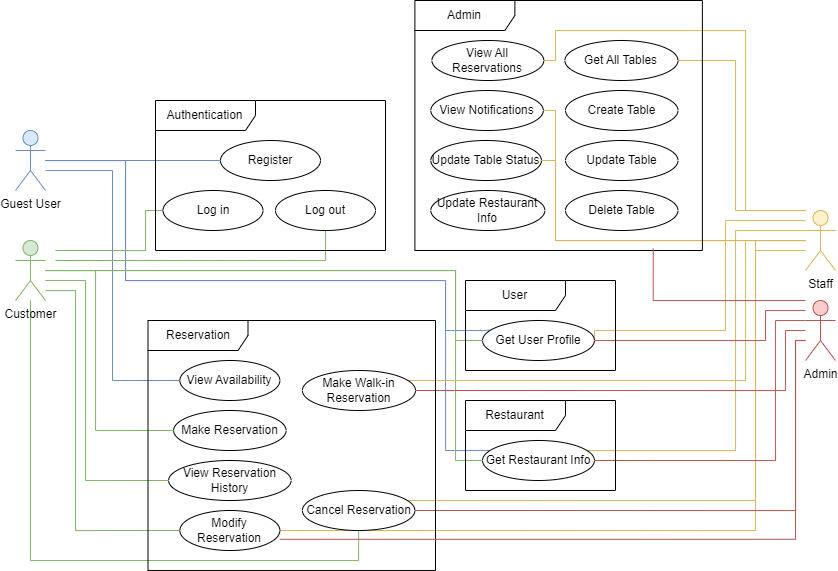
This is documentation/Use Case.png from isandwish/sw-testing-project, a draw.io export, as it was before one commit. Source tidied: cells renumbered, new cells last; positions are measured from the earlier drawing's top-left corner, leaving out a move shared by most shapes. Source of this version:
```xml
<mxGraphModel>
  <root>
    <mxCell id="0" />
    <mxCell id="1" parent="0" />
    <mxCell id="2" style="edgeStyle=orthogonalEdgeStyle;rounded=0;jettySize=auto;html=1;entryX=0;entryY=0.5;entryDx=0;entryDy=0;endArrow=none;endFill=0;fillColor=#dae8fc;strokeColor=#6c8ebf;" parent="1" edge="1" source="6" target="31">
      <mxGeometry relative="1" as="geometry" />
    </mxCell>
    <mxCell id="3" style="edgeStyle=orthogonalEdgeStyle;rounded=0;jettySize=auto;html=1;entryX=0;entryY=0.5;entryDx=0;entryDy=0;fillColor=#dae8fc;strokeColor=#6c8ebf;endArrow=none;endFill=0;" parent="1" edge="1" source="6" target="36">
      <mxGeometry relative="1" as="geometry">
        <Array as="points">
          <mxPoint x="97" y="170" />
          <mxPoint x="97" y="380" />
        </Array>
      </mxGeometry>
    </mxCell>
    <mxCell id="4" style="edgeStyle=orthogonalEdgeStyle;rounded=0;jettySize=auto;html=1;entryX=0.093;entryY=0.236;entryDx=0;entryDy=0;fillColor=#dae8fc;strokeColor=#6c8ebf;endArrow=none;endFill=0;entryPerimeter=0;" parent="1" edge="1" source="6" target="52">
      <mxGeometry relative="1" as="geometry">
        <Array as="points">
          <mxPoint x="110" y="160" />
          <mxPoint x="110" y="280" />
          <mxPoint x="430" y="280" />
          <mxPoint x="430" y="330" />
          <mxPoint x="467" y="330" />
        </Array>
      </mxGeometry>
    </mxCell>
    <mxCell id="5" style="edgeStyle=orthogonalEdgeStyle;rounded=0;jettySize=auto;html=1;entryX=0.107;entryY=0.25;entryDx=0;entryDy=0;fillColor=#dae8fc;strokeColor=#6c8ebf;endArrow=none;endFill=0;entryPerimeter=0;" parent="1" edge="1" source="6" target="54">
      <mxGeometry relative="1" as="geometry">
        <Array as="points">
          <mxPoint x="110" y="160" />
          <mxPoint x="110" y="280" />
          <mxPoint x="430" y="280" />
          <mxPoint x="430" y="450" />
        </Array>
      </mxGeometry>
    </mxCell>
    <mxCell id="6" value="Guest User" style="shape=umlActor;verticalLabelPosition=bottom;verticalAlign=top;html=1;outlineConnect=0;fillColor=#dae8fc;strokeColor=#6c8ebf;" parent="1" vertex="1">
      <mxGeometry y="130" width="30" height="60" as="geometry" />
    </mxCell>
    <mxCell id="7" style="edgeStyle=orthogonalEdgeStyle;rounded=0;jettySize=auto;html=1;entryX=0;entryY=0.5;entryDx=0;entryDy=0;endArrow=none;endFill=0;fillColor=#d5e8d4;strokeColor=#82b366;" parent="1" edge="1" target="33">
      <mxGeometry relative="1" as="geometry">
        <mxPoint x="40" y="250" as="sourcePoint" />
        <Array as="points">
          <mxPoint x="130" y="250" />
          <mxPoint x="130" y="210" />
        </Array>
      </mxGeometry>
    </mxCell>
    <mxCell id="8" style="edgeStyle=orthogonalEdgeStyle;rounded=0;jettySize=auto;html=1;entryX=0.5;entryY=1;entryDx=0;entryDy=0;endArrow=none;endFill=0;fillColor=#d5e8d4;strokeColor=#82b366;" parent="1" edge="1" target="34">
      <mxGeometry relative="1" as="geometry">
        <mxPoint x="40" y="260" as="sourcePoint" />
        <Array as="points">
          <mxPoint x="310" y="260" />
        </Array>
      </mxGeometry>
    </mxCell>
    <mxCell id="9" style="edgeStyle=orthogonalEdgeStyle;rounded=0;jettySize=auto;html=1;entryX=0;entryY=0.5;entryDx=0;entryDy=0;fillColor=#d5e8d4;strokeColor=#82b366;endArrow=none;endFill=0;" parent="1" edge="1" source="15" target="37">
      <mxGeometry relative="1" as="geometry">
        <Array as="points">
          <mxPoint x="80" y="270" />
          <mxPoint x="80" y="430" />
        </Array>
      </mxGeometry>
    </mxCell>
    <mxCell id="10" style="edgeStyle=orthogonalEdgeStyle;rounded=0;jettySize=auto;html=1;entryX=0;entryY=0.5;entryDx=0;entryDy=0;fillColor=#d5e8d4;strokeColor=#82b366;endArrow=none;endFill=0;" parent="1" edge="1" source="15" target="41">
      <mxGeometry relative="1" as="geometry">
        <Array as="points">
          <mxPoint x="70" y="280" />
          <mxPoint x="70" y="480" />
        </Array>
      </mxGeometry>
    </mxCell>
    <mxCell id="11" style="edgeStyle=orthogonalEdgeStyle;rounded=0;jettySize=auto;html=1;entryX=0;entryY=0.5;entryDx=0;entryDy=0;fillColor=#d5e8d4;strokeColor=#82b366;endArrow=none;endFill=0;" parent="1" edge="1" source="15" target="38">
      <mxGeometry relative="1" as="geometry">
        <Array as="points">
          <mxPoint x="60" y="290" />
          <mxPoint x="60" y="530" />
        </Array>
      </mxGeometry>
    </mxCell>
    <mxCell id="12" style="edgeStyle=orthogonalEdgeStyle;rounded=0;jettySize=auto;html=1;entryX=0.5;entryY=1;entryDx=0;entryDy=0;fillColor=#d5e8d4;strokeColor=#82b366;endArrow=none;endFill=0;" parent="1" edge="1" source="15" target="39">
      <mxGeometry relative="1" as="geometry">
        <Array as="points">
          <mxPoint x="15" y="560" />
          <mxPoint x="343" y="560" />
        </Array>
      </mxGeometry>
    </mxCell>
    <mxCell id="13" style="edgeStyle=orthogonalEdgeStyle;rounded=0;jettySize=auto;html=1;entryX=0;entryY=0.5;entryDx=0;entryDy=0;fillColor=#d5e8d4;strokeColor=#82b366;endArrow=none;endFill=0;" parent="1" edge="1" source="15" target="52">
      <mxGeometry relative="1" as="geometry">
        <Array as="points">
          <mxPoint x="440" y="270" />
          <mxPoint x="440" y="340" />
        </Array>
      </mxGeometry>
    </mxCell>
    <mxCell id="14" style="edgeStyle=orthogonalEdgeStyle;rounded=0;jettySize=auto;html=1;entryX=0;entryY=0.5;entryDx=0;entryDy=0;fillColor=#d5e8d4;strokeColor=#82b366;endArrow=none;endFill=0;" parent="1" edge="1" source="15" target="54">
      <mxGeometry relative="1" as="geometry">
        <Array as="points">
          <mxPoint x="440" y="270" />
          <mxPoint x="440" y="460" />
        </Array>
      </mxGeometry>
    </mxCell>
    <mxCell id="15" value="Customer" style="shape=umlActor;verticalLabelPosition=bottom;verticalAlign=top;html=1;outlineConnect=0;fillColor=#d5e8d4;strokeColor=#82b366;" parent="1" vertex="1">
      <mxGeometry y="240" width="30" height="60" as="geometry" />
    </mxCell>
    <mxCell id="16" style="edgeStyle=orthogonalEdgeStyle;rounded=0;jettySize=auto;html=1;entryX=1;entryY=0.5;entryDx=0;entryDy=0;endArrow=none;endFill=0;fillColor=#fff2cc;strokeColor=#d6b656;" parent="1" edge="1" source="25" target="40">
      <mxGeometry relative="1" as="geometry">
        <Array as="points">
          <mxPoint x="730" y="240" />
          <mxPoint x="730" y="380" />
          <mxPoint x="390" y="380" />
          <mxPoint x="390" y="390" />
        </Array>
      </mxGeometry>
    </mxCell>
    <mxCell id="17" style="edgeStyle=orthogonalEdgeStyle;rounded=0;jettySize=auto;html=1;entryX=1;entryY=0.5;entryDx=0;entryDy=0;endArrow=none;endFill=0;fillColor=#fff2cc;strokeColor=#d6b656;" parent="1" edge="1" source="25" target="39">
      <mxGeometry relative="1" as="geometry">
        <Array as="points">
          <mxPoint x="740" y="250" />
          <mxPoint x="740" y="500" />
          <mxPoint x="390" y="500" />
          <mxPoint x="390" y="510" />
        </Array>
      </mxGeometry>
    </mxCell>
    <mxCell id="18" style="edgeStyle=orthogonalEdgeStyle;rounded=0;jettySize=auto;html=1;entryX=1;entryY=0.5;entryDx=0;entryDy=0;fillColor=#fff2cc;strokeColor=#d6b656;endArrow=none;endFill=0;" parent="1" edge="1" source="25" target="54">
      <mxGeometry relative="1" as="geometry">
        <Array as="points">
          <mxPoint x="720" y="230" />
          <mxPoint x="720" y="450" />
          <mxPoint x="560" y="450" />
          <mxPoint x="560" y="460" />
        </Array>
      </mxGeometry>
    </mxCell>
    <mxCell id="19" style="edgeStyle=orthogonalEdgeStyle;rounded=0;jettySize=auto;html=1;fillColor=#fff2cc;strokeColor=#d6b656;endArrow=none;endFill=0;" parent="1" edge="1" source="25" target="52">
      <mxGeometry relative="1" as="geometry">
        <Array as="points">
          <mxPoint x="710" y="220" />
          <mxPoint x="710" y="330" />
          <mxPoint x="579" y="330" />
        </Array>
      </mxGeometry>
    </mxCell>
    <mxCell id="20" style="edgeStyle=orthogonalEdgeStyle;rounded=0;jettySize=auto;html=1;entryX=1;entryY=0.5;entryDx=0;entryDy=0;fillColor=#fff2cc;strokeColor=#d6b656;endArrow=none;endFill=0;" parent="1" edge="1" source="25" target="47">
      <mxGeometry relative="1" as="geometry">
        <Array as="points">
          <mxPoint x="720" y="210" />
          <mxPoint x="720" y="60" />
        </Array>
      </mxGeometry>
    </mxCell>
    <mxCell id="21" style="edgeStyle=orthogonalEdgeStyle;rounded=0;jettySize=auto;html=1;entryX=1;entryY=0.5;entryDx=0;entryDy=0;fillColor=#fff2cc;strokeColor=#d6b656;endArrow=none;endFill=0;" parent="1" edge="1" source="25" target="43">
      <mxGeometry relative="1" as="geometry">
        <Array as="points">
          <mxPoint x="730" y="210" />
          <mxPoint x="730" y="30" />
          <mxPoint x="540" y="30" />
          <mxPoint x="540" y="60" />
        </Array>
      </mxGeometry>
    </mxCell>
    <mxCell id="22" style="edgeStyle=orthogonalEdgeStyle;rounded=0;jettySize=auto;html=1;entryX=1;entryY=0.5;entryDx=0;entryDy=0;fillColor=#fff2cc;strokeColor=#d6b656;endArrow=none;endFill=0;" parent="1" edge="1" source="25" target="44">
      <mxGeometry relative="1" as="geometry">
        <Array as="points">
          <mxPoint x="540" y="240" />
          <mxPoint x="540" y="110" />
        </Array>
      </mxGeometry>
    </mxCell>
    <mxCell id="23" style="edgeStyle=orthogonalEdgeStyle;rounded=0;jettySize=auto;html=1;entryX=1;entryY=0.5;entryDx=0;entryDy=0;fillColor=#fff2cc;strokeColor=#d6b656;endArrow=none;endFill=0;" parent="1" edge="1" source="25" target="48">
      <mxGeometry relative="1" as="geometry">
        <Array as="points">
          <mxPoint x="540" y="240" />
          <mxPoint x="540" y="160" />
        </Array>
      </mxGeometry>
    </mxCell>
    <mxCell id="24" style="edgeStyle=orthogonalEdgeStyle;rounded=0;jettySize=auto;html=1;entryX=1;entryY=0.5;entryDx=0;entryDy=0;fillColor=#fff2cc;strokeColor=#d6b656;endArrow=none;endFill=0;" parent="1" edge="1" source="25" target="38">
      <mxGeometry relative="1" as="geometry">
        <Array as="points">
          <mxPoint x="740" y="240" />
          <mxPoint x="740" y="530" />
        </Array>
      </mxGeometry>
    </mxCell>
    <mxCell id="25" value="Staff" style="shape=umlActor;verticalLabelPosition=bottom;verticalAlign=top;html=1;outlineConnect=0;fillColor=#fff2cc;strokeColor=#d6b656;" parent="1" vertex="1">
      <mxGeometry x="790" y="210" width="30" height="60" as="geometry" />
    </mxCell>
    <mxCell id="26" style="edgeStyle=orthogonalEdgeStyle;rounded=0;jettySize=auto;html=1;entryX=1;entryY=0.5;entryDx=0;entryDy=0;endArrow=none;endFill=0;fillColor=#f8cecc;strokeColor=#b85450;" parent="1" edge="1" source="30" target="40">
      <mxGeometry relative="1" as="geometry">
        <Array as="points">
          <mxPoint x="770" y="330" />
          <mxPoint x="770" y="390" />
        </Array>
      </mxGeometry>
    </mxCell>
    <mxCell id="27" style="edgeStyle=orthogonalEdgeStyle;rounded=0;jettySize=auto;html=1;entryX=1;entryY=0.5;entryDx=0;entryDy=0;endArrow=none;endFill=0;fillColor=#f8cecc;strokeColor=#b85450;" parent="1" edge="1" source="30" target="39">
      <mxGeometry relative="1" as="geometry">
        <Array as="points">
          <mxPoint x="780" y="340" />
          <mxPoint x="780" y="510" />
        </Array>
      </mxGeometry>
    </mxCell>
    <mxCell id="28" style="edgeStyle=orthogonalEdgeStyle;rounded=0;jettySize=auto;html=1;endArrow=none;endFill=0;fillColor=#f8cecc;strokeColor=#b85450;" parent="1" edge="1" source="30" target="52">
      <mxGeometry relative="1" as="geometry">
        <Array as="points">
          <mxPoint x="750" y="310" />
          <mxPoint x="750" y="340" />
        </Array>
      </mxGeometry>
    </mxCell>
    <mxCell id="29" style="edgeStyle=orthogonalEdgeStyle;rounded=0;jettySize=auto;html=1;entryX=1;entryY=0.5;entryDx=0;entryDy=0;endArrow=none;endFill=0;fillColor=#f8cecc;strokeColor=#b85450;" parent="1" edge="1" source="30" target="54">
      <mxGeometry relative="1" as="geometry">
        <Array as="points">
          <mxPoint x="760" y="320" />
          <mxPoint x="760" y="460" />
        </Array>
      </mxGeometry>
    </mxCell>
    <mxCell id="30" value="Admin" style="shape=umlActor;verticalLabelPosition=bottom;verticalAlign=top;html=1;outlineConnect=0;fillColor=#f8cecc;strokeColor=#b85450;" parent="1" vertex="1">
      <mxGeometry x="790" y="300" width="30" height="60" as="geometry" />
    </mxCell>
    <mxCell id="31" value="Register" style="ellipse;whiteSpace=wrap;html=1;align=center;" parent="1" vertex="1">
      <mxGeometry x="205" y="140" width="100" height="40" as="geometry" />
    </mxCell>
    <mxCell id="32" value="Authentication" style="shape=umlFrame;whiteSpace=wrap;html=1;width=100;height=30;" parent="1" vertex="1">
      <mxGeometry x="140" y="100" width="230" height="150" as="geometry" />
    </mxCell>
    <mxCell id="33" value="Log in" style="ellipse;whiteSpace=wrap;html=1;align=center;" parent="1" vertex="1">
      <mxGeometry x="147.5" y="190" width="100" height="40" as="geometry" />
    </mxCell>
    <mxCell id="34" value="Log out" style="ellipse;whiteSpace=wrap;html=1;align=center;" parent="1" vertex="1">
      <mxGeometry x="260" y="190" width="100" height="40" as="geometry" />
    </mxCell>
    <mxCell id="35" value="Reservation" style="shape=umlFrame;whiteSpace=wrap;html=1;width=100;height=30;" parent="1" vertex="1">
      <mxGeometry x="132.5" y="320" width="287.5" height="250" as="geometry" />
    </mxCell>
    <mxCell id="36" value="View Availability" style="ellipse;whiteSpace=wrap;html=1;align=center;" parent="1" vertex="1">
      <mxGeometry x="164.4" y="360" width="100" height="40" as="geometry" />
    </mxCell>
    <mxCell id="37" value="Make Reservation" style="ellipse;whiteSpace=wrap;html=1;align=center;" parent="1" vertex="1">
      <mxGeometry x="158.1" y="410" width="112.5" height="40" as="geometry" />
    </mxCell>
    <mxCell id="38" value="Modify Reservation" style="ellipse;whiteSpace=wrap;html=1;align=center;" parent="1" vertex="1">
      <mxGeometry x="164.4" y="510" width="100" height="40" as="geometry" />
    </mxCell>
    <mxCell id="39" value="Cancel Reservation" style="ellipse;whiteSpace=wrap;html=1;align=center;" parent="1" vertex="1">
      <mxGeometry x="286.9" y="490" width="112.5" height="40" as="geometry" />
    </mxCell>
    <mxCell id="40" value="Make Walk-in Reservation" style="ellipse;whiteSpace=wrap;html=1;align=center;" parent="1" vertex="1">
      <mxGeometry x="286.9" y="370" width="113.1" height="40" as="geometry" />
    </mxCell>
    <mxCell id="41" value="View Reservation History" style="ellipse;whiteSpace=wrap;html=1;align=center;" parent="1" vertex="1">
      <mxGeometry x="153.1" y="460" width="122.5" height="40" as="geometry" />
    </mxCell>
    <mxCell id="42" value="Admin" style="shape=umlFrame;whiteSpace=wrap;html=1;width=100;height=30;" parent="1" vertex="1">
      <mxGeometry x="399.4" width="287.5" height="250" as="geometry" />
    </mxCell>
    <mxCell id="43" value="View All Reservations" style="ellipse;whiteSpace=wrap;html=1;align=center;" parent="1" vertex="1">
      <mxGeometry x="416.4" y="40" width="111.9" height="40" as="geometry" />
    </mxCell>
    <mxCell id="44" value="View Notifications" style="ellipse;whiteSpace=wrap;html=1;align=center;" parent="1" vertex="1">
      <mxGeometry x="415.3" y="90" width="112.5" height="40" as="geometry" />
    </mxCell>
    <mxCell id="45" value="Update Restaurant Info" style="ellipse;whiteSpace=wrap;html=1;align=center;" parent="1" vertex="1">
      <mxGeometry x="415.3" y="190" width="114.1" height="40" as="geometry" />
    </mxCell>
    <mxCell id="46" value="Create Table" style="ellipse;whiteSpace=wrap;html=1;align=center;" parent="1" vertex="1">
      <mxGeometry x="550" y="90" width="112.5" height="40" as="geometry" />
    </mxCell>
    <mxCell id="47" value="Get All Tables" style="ellipse;whiteSpace=wrap;html=1;align=center;" parent="1" vertex="1">
      <mxGeometry x="549.4" y="40" width="113.1" height="40" as="geometry" />
    </mxCell>
    <mxCell id="48" value="Update Table Status" style="ellipse;whiteSpace=wrap;html=1;align=center;" parent="1" vertex="1">
      <mxGeometry x="415.3" y="140" width="110.6" height="40" as="geometry" />
    </mxCell>
    <mxCell id="49" value="Update Table" style="ellipse;whiteSpace=wrap;html=1;align=center;" parent="1" vertex="1">
      <mxGeometry x="550" y="140" width="112.5" height="40" as="geometry" />
    </mxCell>
    <mxCell id="50" value="Delete Table" style="ellipse;whiteSpace=wrap;html=1;align=center;" parent="1" vertex="1">
      <mxGeometry x="550" y="190" width="112.5" height="40" as="geometry" />
    </mxCell>
    <mxCell id="51" value="User" style="shape=umlFrame;whiteSpace=wrap;html=1;width=100;height=30;" parent="1" vertex="1">
      <mxGeometry x="450" y="280" width="150" height="90" as="geometry" />
    </mxCell>
    <mxCell id="52" value="Get User Profile" style="ellipse;whiteSpace=wrap;html=1;align=center;" parent="1" vertex="1">
      <mxGeometry x="467" y="320" width="111.9" height="40" as="geometry" />
    </mxCell>
    <mxCell id="53" value="Restaurant" style="shape=umlFrame;whiteSpace=wrap;html=1;width=100;height=30;" parent="1" vertex="1">
      <mxGeometry x="450" y="400" width="150" height="90" as="geometry" />
    </mxCell>
    <mxCell id="54" value="Get Restaurant Info" style="ellipse;whiteSpace=wrap;html=1;align=center;" parent="1" vertex="1">
      <mxGeometry x="467" y="440" width="111.9" height="40" as="geometry" />
    </mxCell>
    <mxCell id="55" style="edgeStyle=orthogonalEdgeStyle;rounded=0;jettySize=auto;html=1;entryX=0.829;entryY=0.992;entryDx=0;entryDy=0;entryPerimeter=0;endArrow=none;endFill=0;fillColor=#f8cecc;strokeColor=#b85450;" parent="1" edge="1" source="30" target="42">
      <mxGeometry relative="1" as="geometry">
        <Array as="points">
          <mxPoint x="638" y="300" />
        </Array>
      </mxGeometry>
    </mxCell>
    <mxCell id="56" style="edgeStyle=orthogonalEdgeStyle;rounded=0;jettySize=auto;html=1;entryX=1;entryY=0.72;entryDx=0;entryDy=0;entryPerimeter=0;fillColor=#f8cecc;strokeColor=#b85450;endArrow=none;endFill=0;" parent="1" edge="1" source="30" target="38">
      <mxGeometry relative="1" as="geometry">
        <Array as="points">
          <mxPoint x="780" y="340" />
          <mxPoint x="780" y="539" />
        </Array>
      </mxGeometry>
    </mxCell>
  </root>
</mxGraphModel>
```
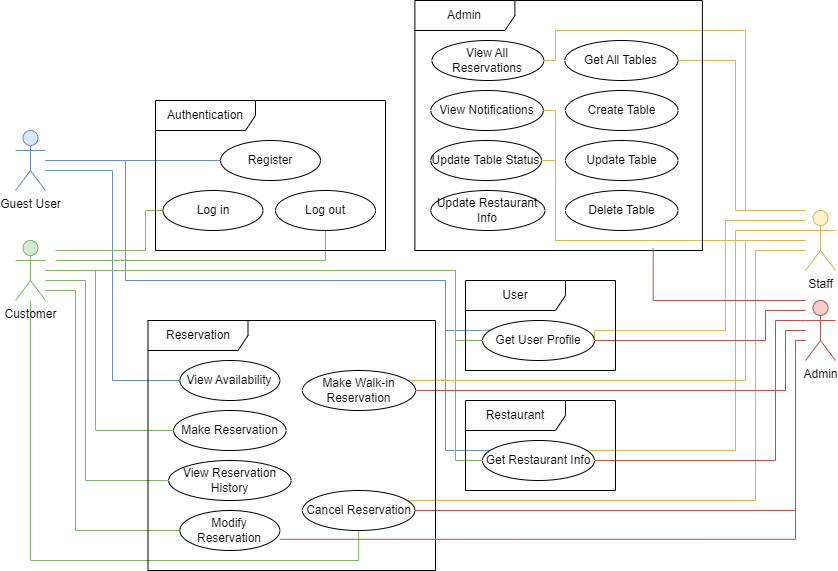
Later version of the same file.

Commit message:
Edit use case diagram

Diff of the diagram source:
```diff
@@ -178,14 +178,6 @@
         </Array>
       </mxGeometry>
     </mxCell>
-    <mxCell id="24" style="edgeStyle=orthogonalEdgeStyle;rounded=0;jettySize=auto;html=1;entryX=1;entryY=0.5;entryDx=0;entryDy=0;fillColor=#fff2cc;strokeColor=#d6b656;endArrow=none;endFill=0;" parent="1" edge="1" source="25" target="38">
-      <mxGeometry relative="1" as="geometry">
-        <Array as="points">
-          <mxPoint x="740" y="240" />
-          <mxPoint x="740" y="530" />
-        </Array>
-      </mxGeometry>
-    </mxCell>
     <mxCell id="25" value="Staff" style="shape=umlActor;verticalLabelPosition=bottom;verticalAlign=top;html=1;outlineConnect=0;fillColor=#fff2cc;strokeColor=#d6b656;" parent="1" vertex="1">
       <mxGeometry x="790" y="210" width="30" height="60" as="geometry" />
     </mxCell>
```
